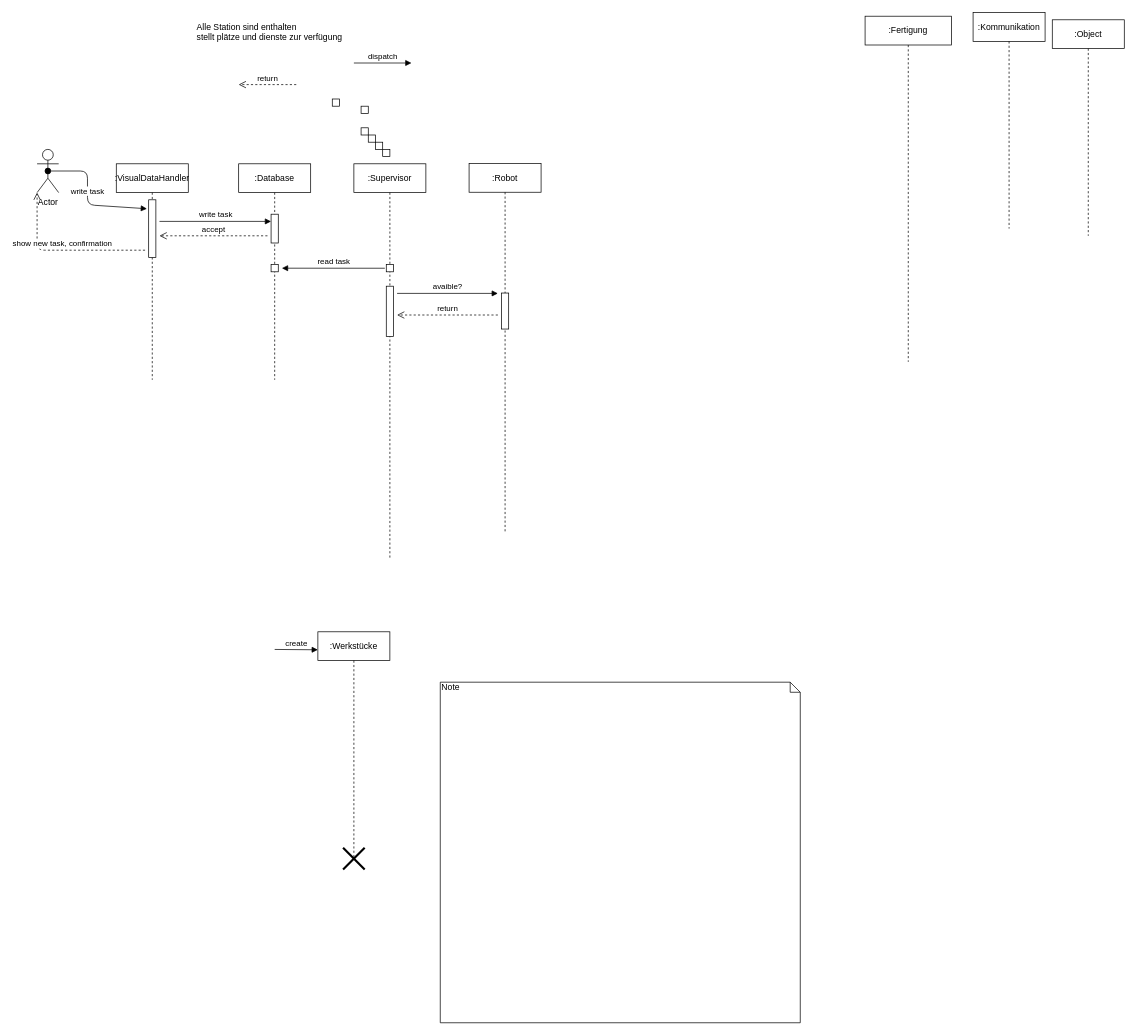
Nuramon4/Gewerk1 keeps this draw.io diagram as page "Page-3" (3 of 3) of ER_diagramme.drawio. Above is the earlier version. Source tidied: cells renumbered, new cells numbered last; positions are measured from the earlier drawing's top-left corner, leaving out a move shared by most shapes. Both pictures are drawn from the tidied source at 72%, with x=0, y=0 at pixel (37, 12).
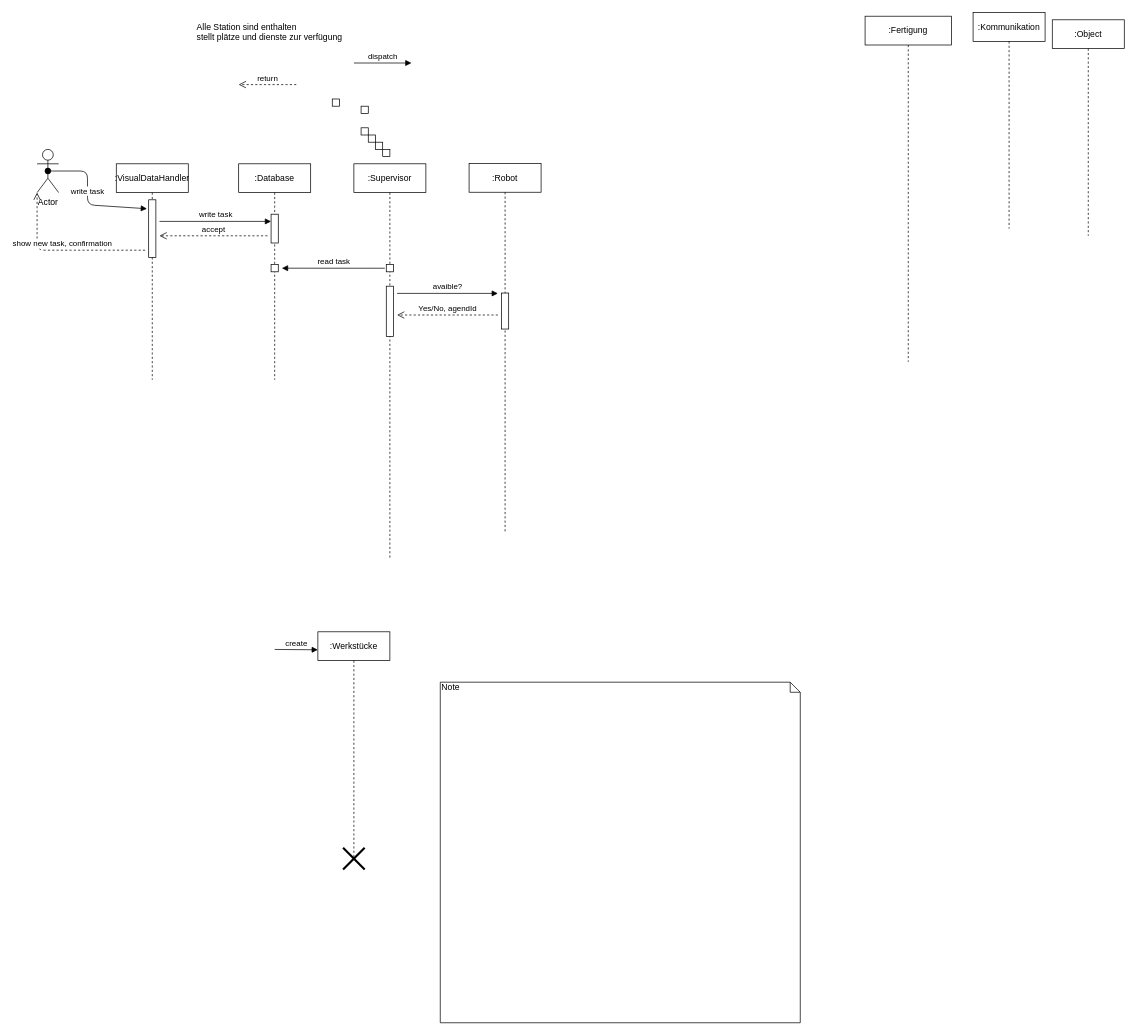
The same diagram, later.

Change to the diagram source:
```diff
@@
-    <mxCell id="35" value="return" style="html=1;verticalAlign=bottom;endArrow=open;dashed=1;endSize=8;" parent="1" edge="1">
+    <mxCell id="35" value="Yes/No, agendId" style="html=1;verticalAlign=bottom;endArrow=open;dashed=1;endSize=8;" parent="1" edge="1">
       <mxGeometry relative="1" as="geometry">
         <mxPoint x="640" y="420" as="sourcePoint" />
         <mxPoint x="500" y="420" as="targetPoint" />
       </mxGeometry>
     </mxCell>
```
